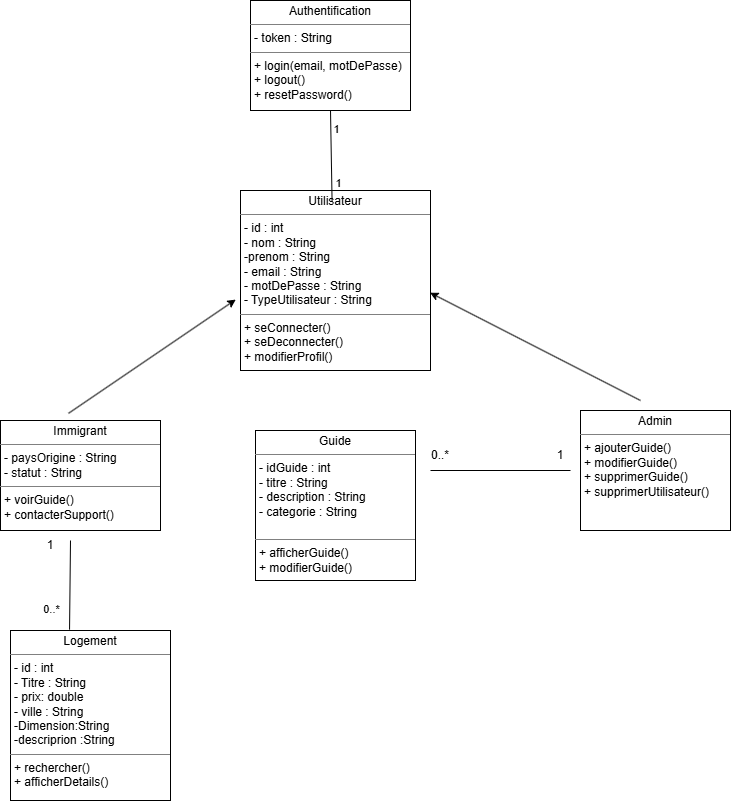
Before: documentation/diagrammeDeClasses.png, a diagram exported from draw.io (ibraMori/ProjetImplementationSysteme). Source tidied: cells renumbered, new cells last; positions are measured from the earlier drawing's top-left corner, leaving out a move shared by most shapes. The source it was exported from:
```xml
<mxGraphModel>
  <root>
    <mxCell id="0" />
    <mxCell id="1" parent="0" />
    <mxCell id="2" value="&lt;p style=&quot;margin:0px;margin-top:4px;text-align:center;&quot;&gt;Utilisateur&lt;/p&gt;&lt;hr size=&quot;1&quot; style=&quot;border-style:solid;&quot;&gt;&lt;p style=&quot;margin:0px;margin-left:4px;&quot;&gt;- id : int&lt;br&gt;- nom : String&lt;/p&gt;&lt;p style=&quot;margin:0px;margin-left:4px;&quot;&gt;-prenom : String&amp;nbsp;&lt;br&gt;- email : String&lt;br&gt;- motDePasse : String&lt;br&gt;- TypeUtilisateur : String&lt;/p&gt;&lt;hr size=&quot;1&quot; style=&quot;border-style:solid;&quot;&gt;&lt;p style=&quot;margin:0px;margin-left:4px;&quot;&gt;+ seConnecter()&lt;br&gt;+ seDeconnecter()&lt;br&gt;+ modifierProfil()&lt;/p&gt;" style="verticalAlign=top;align=left;overflow=fill;html=1;whiteSpace=wrap;" parent="1" vertex="1">
      <mxGeometry x="240" y="190" width="190" height="180" as="geometry" />
    </mxCell>
    <mxCell id="3" value="&lt;p style=&quot;margin:0px;margin-top:4px;text-align:center;&quot;&gt;Immigrant&lt;/p&gt;&lt;hr size=&quot;1&quot; style=&quot;border-style:solid;&quot;&gt;&lt;p style=&quot;margin:0px;margin-left:4px;&quot;&gt;- paysOrigine : String&lt;br&gt;- statut : String&lt;/p&gt;&lt;hr size=&quot;1&quot; style=&quot;border-style:solid;&quot;&gt;&lt;p style=&quot;margin:0px;margin-left:4px;&quot;&gt;+ voirGuide()&lt;br&gt;+ contacterSupport()&lt;/p&gt;" style="verticalAlign=top;align=left;overflow=fill;html=1;whiteSpace=wrap;" parent="1" vertex="1">
      <mxGeometry y="420" width="160" height="110" as="geometry" />
    </mxCell>
    <mxCell id="4" value="&lt;p style=&quot;margin:0px;margin-top:4px;text-align:center;&quot;&gt;Admin&lt;/p&gt;&lt;hr size=&quot;1&quot; style=&quot;border-style:solid;&quot;&gt;&lt;p style=&quot;margin:0px;margin-left:4px;&quot;&gt;&lt;/p&gt;&lt;p style=&quot;margin:0px;margin-left:4px;&quot;&gt;+ ajouterGuide()&lt;br&gt;+ modifierGuide()&lt;br&gt;+ supprimerGuide()&lt;br&gt;+ supprimerUtilisateur()&lt;/p&gt;" style="verticalAlign=top;align=left;overflow=fill;html=1;whiteSpace=wrap;" parent="1" vertex="1">
      <mxGeometry x="580" y="410" width="150" height="120" as="geometry" />
    </mxCell>
    <mxCell id="5" value="&lt;p style=&quot;margin:0px;margin-top:4px;text-align:center;&quot;&gt;Guide&lt;br&gt;&lt;/p&gt;&lt;hr size=&quot;1&quot; style=&quot;border-style:solid;&quot;&gt;&lt;p style=&quot;margin:0px;margin-left:4px;&quot;&gt;- idGuide : int&lt;br&gt;- titre : String&lt;br&gt;- description : String&lt;br&gt;- categorie : String&lt;br&gt;&lt;br&gt;&lt;/p&gt;&lt;hr size=&quot;1&quot; style=&quot;border-style:solid;&quot;&gt;&lt;p style=&quot;margin:0px;margin-left:4px;&quot;&gt;+ afficherGuide()&lt;br&gt;+ modifierGuide()&lt;/p&gt;" style="verticalAlign=top;align=left;overflow=fill;html=1;whiteSpace=wrap;" parent="1" vertex="1">
      <mxGeometry x="255" y="430" width="160" height="150" as="geometry" />
    </mxCell>
    <mxCell id="6" style="endArrow=classic;html=1;rounded=0;entryX=0.998;entryY=0.568;entryDx=0;entryDy=0;entryPerimeter=0;" parent="1" edge="1" target="2">
      <mxGeometry relative="1" as="geometry">
        <mxPoint x="640" y="400" as="sourcePoint" />
      </mxGeometry>
    </mxCell>
    <mxCell id="7" style="endArrow=classic;html=1;rounded=0;entryX=-0.025;entryY=0.606;entryDx=0;entryDy=0;exitX=0.425;exitY=-0.065;exitDx=0;exitDy=0;exitPerimeter=0;entryPerimeter=0;" parent="1" edge="1" source="3" target="2">
      <mxGeometry relative="1" as="geometry" />
    </mxCell>
    <mxCell id="8" value="&lt;p style=&quot;margin:0px;margin-top:4px;text-align:center;&quot;&gt;Logement&lt;/p&gt;&lt;hr size=&quot;1&quot; style=&quot;border-style:solid;&quot;&gt;&lt;p style=&quot;margin:0px;margin-left:4px;&quot;&gt;- id : int&lt;br&gt;- Titre : String&lt;br&gt;- prix: double&lt;br&gt;- ville : String&lt;/p&gt;&lt;p style=&quot;margin:0px;margin-left:4px;&quot;&gt;-Dimension:String&amp;nbsp;&lt;/p&gt;&lt;p style=&quot;margin:0px;margin-left:4px;&quot;&gt;-descriprion :String&lt;/p&gt;&lt;hr size=&quot;1&quot; style=&quot;border-style:solid;&quot;&gt;&lt;p style=&quot;margin:0px;margin-left:4px;&quot;&gt;+ rechercher()&lt;br&gt;+ afficherDetails()&lt;/p&gt;" style="verticalAlign=top;align=left;overflow=fill;html=1;whiteSpace=wrap;" parent="1" vertex="1">
      <mxGeometry x="10" y="630" width="160" height="170" as="geometry" />
    </mxCell>
    <mxCell id="9" value="&lt;p style=&quot;margin:0px;margin-top:4px;text-align:center;&quot;&gt;Authentification&lt;/p&gt;&lt;hr size=&quot;1&quot; style=&quot;border-style:solid;&quot;&gt;&lt;p style=&quot;margin:0px;margin-left:4px;&quot;&gt;- token : String&lt;/p&gt;&lt;hr size=&quot;1&quot; style=&quot;border-style:solid;&quot;&gt;&lt;p style=&quot;margin:0px;margin-left:4px;&quot;&gt;+ login(email, motDePasse)&lt;br&gt;+ logout()&lt;br&gt;+ resetPassword()&lt;/p&gt;" style="verticalAlign=top;align=left;overflow=fill;html=1;whiteSpace=wrap;" parent="1" vertex="1">
      <mxGeometry x="250" width="160" height="110" as="geometry" />
    </mxCell>
    <mxCell id="10" style="endArrow=none;html=1;rounded=0;" parent="1" edge="1">
      <mxGeometry relative="1" as="geometry">
        <mxPoint x="430" y="470" as="sourcePoint" />
        <mxPoint x="570" y="470" as="targetPoint" />
      </mxGeometry>
    </mxCell>
    <mxCell id="11" value="1" style="text;html=1;whiteSpace=wrap;strokeColor=none;fillColor=none;align=center;verticalAlign=middle;rounded=0;" parent="1" vertex="1">
      <mxGeometry x="530" y="440" width="60" height="30" as="geometry" />
    </mxCell>
    <mxCell id="12" value="0..* " style="text;html=1;whiteSpace=wrap;strokeColor=none;fillColor=none;align=center;verticalAlign=middle;rounded=0;" parent="1" vertex="1">
      <mxGeometry x="410" y="440" width="60" height="30" as="geometry" />
    </mxCell>
    <mxCell id="13" style="endArrow=none;html=1;rounded=0;exitX=0.5;exitY=1;exitDx=0;exitDy=0;entryX=0.482;entryY=0.061;entryDx=0;entryDy=0;entryPerimeter=0;" parent="1" edge="1" source="9" target="2">
      <mxGeometry relative="1" as="geometry" />
    </mxCell>
    <mxCell id="14" value="1" style="edgeLabel;html=1;align=center;verticalAlign=middle;" parent="13" vertex="1">
      <mxGeometry x="-0.58" y="5" relative="1" as="geometry" />
    </mxCell>
    <mxCell id="15" value="1" style="edgeLabel;html=1;align=center;verticalAlign=middle;" parent="13" vertex="1">
      <mxGeometry x="0.6" y="6" relative="1" as="geometry" />
    </mxCell>
    <mxCell id="16" style="endArrow=none;html=1;rounded=0;entryX=0.369;entryY=-0.005;entryDx=0;entryDy=0;entryPerimeter=0;" parent="1" edge="1" target="8">
      <mxGeometry relative="1" as="geometry">
        <mxPoint x="70" y="540" as="sourcePoint" />
      </mxGeometry>
    </mxCell>
    <mxCell id="17" value="0..*" style="edgeLabel;html=1;align=center;verticalAlign=middle;" parent="16" vertex="1">
      <mxGeometry x="0.57" y="-2" relative="1" as="geometry">
        <mxPoint x="-17" y="-1" as="offset" />
      </mxGeometry>
    </mxCell>
    <mxCell id="18" value="1" style="text;html=1;whiteSpace=wrap;strokeColor=none;fillColor=none;align=center;verticalAlign=middle;rounded=0;" parent="1" vertex="1">
      <mxGeometry x="20" y="530" width="60" height="30" as="geometry" />
    </mxCell>
  </root>
</mxGraphModel>
```
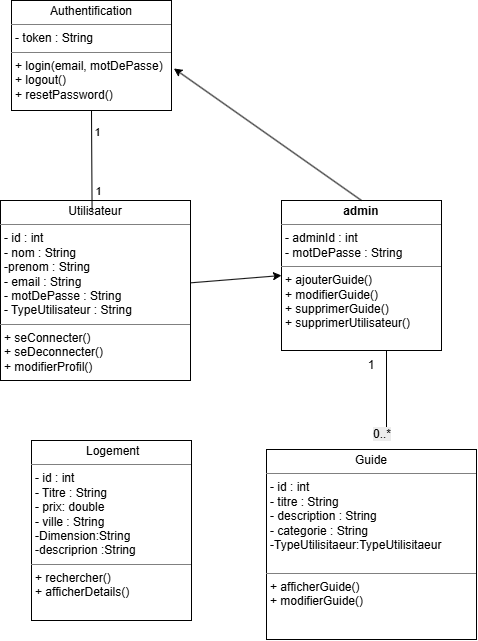
After the commit.

What changed in the source:
```diff
@@ -3,43 +3,26 @@
     <mxCell id="0" />
     <mxCell id="1" parent="0" />
     <mxCell id="2" value="&lt;p style=&quot;margin:0px;margin-top:4px;text-align:center;&quot;&gt;Utilisateur&lt;/p&gt;&lt;hr size=&quot;1&quot; style=&quot;border-style:solid;&quot;&gt;&lt;p style=&quot;margin:0px;margin-left:4px;&quot;&gt;- id : int&lt;br&gt;- nom : String&lt;/p&gt;&lt;p style=&quot;margin:0px;margin-left:4px;&quot;&gt;-prenom : String&amp;nbsp;&lt;br&gt;- email : String&lt;br&gt;- motDePasse : String&lt;br&gt;- TypeUtilisateur : String&lt;/p&gt;&lt;hr size=&quot;1&quot; style=&quot;border-style:solid;&quot;&gt;&lt;p style=&quot;margin:0px;margin-left:4px;&quot;&gt;+ seConnecter()&lt;br&gt;+ seDeconnecter()&lt;br&gt;+ modifierProfil()&lt;/p&gt;" style="verticalAlign=top;align=left;overflow=fill;html=1;whiteSpace=wrap;" parent="1" vertex="1">
-      <mxGeometry x="240" y="190" width="190" height="180" as="geometry" />
+      <mxGeometry x="269" y="380" width="190" height="180" as="geometry" />
     </mxCell>
-    <mxCell id="3" value="&lt;p style=&quot;margin:0px;margin-top:4px;text-align:center;&quot;&gt;Immigrant&lt;/p&gt;&lt;hr size=&quot;1&quot; style=&quot;border-style:solid;&quot;&gt;&lt;p style=&quot;margin:0px;margin-left:4px;&quot;&gt;- paysOrigine : String&lt;br&gt;- statut : String&lt;/p&gt;&lt;hr size=&quot;1&quot; style=&quot;border-style:solid;&quot;&gt;&lt;p style=&quot;margin:0px;margin-left:4px;&quot;&gt;+ voirGuide()&lt;br&gt;+ contacterSupport()&lt;/p&gt;" style="verticalAlign=top;align=left;overflow=fill;html=1;whiteSpace=wrap;" parent="1" vertex="1">
-      <mxGeometry y="420" width="160" height="110" as="geometry" />
-    </mxCell>
-    <mxCell id="4" value="&lt;p style=&quot;margin:0px;margin-top:4px;text-align:center;&quot;&gt;Admin&lt;/p&gt;&lt;hr size=&quot;1&quot; style=&quot;border-style:solid;&quot;&gt;&lt;p style=&quot;margin:0px;margin-left:4px;&quot;&gt;&lt;/p&gt;&lt;p style=&quot;margin:0px;margin-left:4px;&quot;&gt;+ ajouterGuide()&lt;br&gt;+ modifierGuide()&lt;br&gt;+ supprimerGuide()&lt;br&gt;+ supprimerUtilisateur()&lt;/p&gt;" style="verticalAlign=top;align=left;overflow=fill;html=1;whiteSpace=wrap;" parent="1" vertex="1">
-      <mxGeometry x="580" y="410" width="150" height="120" as="geometry" />
-    </mxCell>
-    <mxCell id="5" value="&lt;p style=&quot;margin:0px;margin-top:4px;text-align:center;&quot;&gt;Guide&lt;br&gt;&lt;/p&gt;&lt;hr size=&quot;1&quot; style=&quot;border-style:solid;&quot;&gt;&lt;p style=&quot;margin:0px;margin-left:4px;&quot;&gt;- idGuide : int&lt;br&gt;- titre : String&lt;br&gt;- description : String&lt;br&gt;- categorie : String&lt;br&gt;&lt;br&gt;&lt;/p&gt;&lt;hr size=&quot;1&quot; style=&quot;border-style:solid;&quot;&gt;&lt;p style=&quot;margin:0px;margin-left:4px;&quot;&gt;+ afficherGuide()&lt;br&gt;+ modifierGuide()&lt;/p&gt;" style="verticalAlign=top;align=left;overflow=fill;html=1;whiteSpace=wrap;" parent="1" vertex="1">
-      <mxGeometry x="255" y="430" width="160" height="150" as="geometry" />
+    <mxCell id="5" value="&lt;p style=&quot;margin:0px;margin-top:4px;text-align:center;&quot;&gt;Guide&lt;br&gt;&lt;/p&gt;&lt;hr size=&quot;1&quot; style=&quot;border-style:solid;&quot;&gt;&lt;p style=&quot;margin:0px;margin-left:4px;&quot;&gt;- id : int&lt;br&gt;- titre : String&lt;br&gt;- description : String&lt;br&gt;- categorie : String&lt;/p&gt;&lt;p style=&quot;margin:0px;margin-left:4px;&quot;&gt;-TypeUtilisitaeur:TypeUtilisitaeur&amp;nbsp;&lt;br&gt;&lt;br&gt;&lt;/p&gt;&lt;hr size=&quot;1&quot; style=&quot;border-style:solid;&quot;&gt;&lt;p style=&quot;margin:0px;margin-left:4px;&quot;&gt;+ afficherGuide()&lt;br&gt;+ modifierGuide()&lt;/p&gt;" style="verticalAlign=top;align=left;overflow=fill;html=1;whiteSpace=wrap;" parent="1" vertex="1">
+      <mxGeometry x="535" y="629" width="210" height="190" as="geometry" />
     </mxCell>
-    <mxCell id="6" style="endArrow=classic;html=1;rounded=0;entryX=0.998;entryY=0.568;entryDx=0;entryDy=0;entryPerimeter=0;" parent="1" edge="1" target="2">
-      <mxGeometry relative="1" as="geometry">
-        <mxPoint x="640" y="400" as="sourcePoint" />
-      </mxGeometry>
-    </mxCell>
-    <mxCell id="7" style="endArrow=classic;html=1;rounded=0;entryX=-0.025;entryY=0.606;entryDx=0;entryDy=0;exitX=0.425;exitY=-0.065;exitDx=0;exitDy=0;exitPerimeter=0;entryPerimeter=0;" parent="1" edge="1" source="3" target="2">
-      <mxGeometry relative="1" as="geometry" />
-    </mxCell>
-    <mxCell id="8" value="&lt;p style=&quot;margin:0px;margin-top:4px;text-align:center;&quot;&gt;Logement&lt;/p&gt;&lt;hr size=&quot;1&quot; style=&quot;border-style:solid;&quot;&gt;&lt;p style=&quot;margin:0px;margin-left:4px;&quot;&gt;- id : int&lt;br&gt;- Titre : String&lt;br&gt;- prix: double&lt;br&gt;- ville : String&lt;/p&gt;&lt;p style=&quot;margin:0px;margin-left:4px;&quot;&gt;-Dimension:String&amp;nbsp;&lt;/p&gt;&lt;p style=&quot;margin:0px;margin-left:4px;&quot;&gt;-descriprion :String&lt;/p&gt;&lt;hr size=&quot;1&quot; style=&quot;border-style:solid;&quot;&gt;&lt;p style=&quot;margin:0px;margin-left:4px;&quot;&gt;+ rechercher()&lt;br&gt;+ afficherDetails()&lt;/p&gt;" style="verticalAlign=top;align=left;overflow=fill;html=1;whiteSpace=wrap;" parent="1" vertex="1">
-      <mxGeometry x="10" y="630" width="160" height="170" as="geometry" />
+    <mxCell id="8" value="&lt;p style=&quot;margin:0px;margin-top:4px;text-align:center;&quot;&gt;&amp;nbsp;&lt;span style=&quot;background-color: transparent; color: light-dark(rgb(0, 0, 0), rgb(255, 255, 255));&quot;&gt;Logement&lt;/span&gt;&lt;/p&gt;&lt;hr size=&quot;1&quot; style=&quot;border-style:solid;&quot;&gt;&lt;p style=&quot;margin:0px;margin-left:4px;&quot;&gt;- id : int&lt;br&gt;- Titre : String&lt;br&gt;- prix: double&lt;br&gt;- ville : String&lt;/p&gt;&lt;p style=&quot;margin:0px;margin-left:4px;&quot;&gt;-Dimension:String&amp;nbsp;&lt;/p&gt;&lt;p style=&quot;margin:0px;margin-left:4px;&quot;&gt;-descriprion :String&lt;/p&gt;&lt;hr size=&quot;1&quot; style=&quot;border-style:solid;&quot;&gt;&lt;p style=&quot;margin:0px;margin-left:4px;&quot;&gt;+ rechercher()&lt;br&gt;+ afficherDetails()&lt;/p&gt;" style="verticalAlign=top;align=left;overflow=fill;html=1;whiteSpace=wrap;" parent="1" vertex="1">
+      <mxGeometry x="300" y="620" width="160" height="180" as="geometry" />
     </mxCell>
     <mxCell id="9" value="&lt;p style=&quot;margin:0px;margin-top:4px;text-align:center;&quot;&gt;Authentification&lt;/p&gt;&lt;hr size=&quot;1&quot; style=&quot;border-style:solid;&quot;&gt;&lt;p style=&quot;margin:0px;margin-left:4px;&quot;&gt;- token : String&lt;/p&gt;&lt;hr size=&quot;1&quot; style=&quot;border-style:solid;&quot;&gt;&lt;p style=&quot;margin:0px;margin-left:4px;&quot;&gt;+ login(email, motDePasse)&lt;br&gt;+ logout()&lt;br&gt;+ resetPassword()&lt;/p&gt;" style="verticalAlign=top;align=left;overflow=fill;html=1;whiteSpace=wrap;" parent="1" vertex="1">
-      <mxGeometry x="250" width="160" height="110" as="geometry" />
+      <mxGeometry x="280" y="180" width="160" height="110" as="geometry" />
     </mxCell>
-    <mxCell id="10" style="endArrow=none;html=1;rounded=0;" parent="1" edge="1">
+    <mxCell id="10" style="endArrow=none;html=1;rounded=0;entryX=0.5;entryY=1;entryDx=0;entryDy=0;" parent="1" edge="1">
       <mxGeometry relative="1" as="geometry">
-        <mxPoint x="430" y="470" as="sourcePoint" />
-        <mxPoint x="570" y="470" as="targetPoint" />
+        <mxPoint x="655" y="620" as="sourcePoint" />
+        <mxPoint x="655" y="530" as="targetPoint" />
       </mxGeometry>
     </mxCell>
     <mxCell id="11" value="1" style="text;html=1;whiteSpace=wrap;strokeColor=none;fillColor=none;align=center;verticalAlign=middle;rounded=0;" parent="1" vertex="1">
-      <mxGeometry x="530" y="440" width="60" height="30" as="geometry" />
+      <mxGeometry x="610" y="530" width="60" height="30" as="geometry" />
     </mxCell>
-    <mxCell id="12" value="0..* " style="text;html=1;whiteSpace=wrap;strokeColor=none;fillColor=none;align=center;verticalAlign=middle;rounded=0;" parent="1" vertex="1">
-      <mxGeometry x="410" y="440" width="60" height="30" as="geometry" />
-    </mxCell>
     <mxCell id="13" style="endArrow=none;html=1;rounded=0;exitX=0.5;exitY=1;exitDx=0;exitDy=0;entryX=0.482;entryY=0.061;entryDx=0;entryDy=0;entryPerimeter=0;" parent="1" edge="1" source="9" target="2">
       <mxGeometry relative="1" as="geometry" />
     </mxCell>
@@ -49,18 +32,17 @@
     <mxCell id="15" value="1" style="edgeLabel;html=1;align=center;verticalAlign=middle;" parent="13" vertex="1">
       <mxGeometry x="0.6" y="6" relative="1" as="geometry" />
     </mxCell>
-    <mxCell id="16" style="endArrow=none;html=1;rounded=0;entryX=0.369;entryY=-0.005;entryDx=0;entryDy=0;entryPerimeter=0;" parent="1" edge="1" target="8">
-      <mxGeometry relative="1" as="geometry">
-        <mxPoint x="70" y="540" as="sourcePoint" />
-      </mxGeometry>
-    </mxCell>
-    <mxCell id="17" value="0..*" style="edgeLabel;html=1;align=center;verticalAlign=middle;" parent="16" vertex="1">
-      <mxGeometry x="0.57" y="-2" relative="1" as="geometry">
-        <mxPoint x="-17" y="-1" as="offset" />
-      </mxGeometry>
-    </mxCell>
-    <mxCell id="18" value="1" style="text;html=1;whiteSpace=wrap;strokeColor=none;fillColor=none;align=center;verticalAlign=middle;rounded=0;" parent="1" vertex="1">
-      <mxGeometry x="20" y="530" width="60" height="30" as="geometry" />
-    </mxCell>
+    <mxCell id="19" value="&lt;span style=&quot;color: rgb(0, 0, 0); font-family: Helvetica; font-size: 12px; font-style: normal; font-variant-ligatures: normal; font-variant-caps: normal; font-weight: 400; letter-spacing: normal; orphans: 2; text-align: center; text-indent: 0px; text-transform: none; widows: 2; word-spacing: 0px; -webkit-text-stroke-width: 0px; white-space: normal; background-color: rgb(236, 236, 236); text-decoration-thickness: initial; text-decoration-style: initial; text-decoration-color: initial; display: inline !important; float: none;&quot;&gt;0..*&lt;/span&gt;" style="text;whiteSpace=wrap;html=1;" parent="1" vertex="1">
+      <mxGeometry x="640" y="600" width="50" height="40" as="geometry" />
+    </mxCell>
+    <mxCell id="20" value="&lt;p style=&quot;margin:0px;margin-top:4px;text-align:center;&quot;&gt;&lt;b&gt;admin&lt;/b&gt;&lt;/p&gt;&lt;hr size=&quot;1&quot; style=&quot;border-style:solid;&quot;&gt;&lt;p style=&quot;margin:0px;margin-left:4px;&quot;&gt;- adminId : int&lt;br&gt;- motDePasse : String&lt;/p&gt;&lt;hr size=&quot;1&quot; style=&quot;border-style:solid;&quot;&gt;&lt;p style=&quot;margin:0px;margin-left:4px;&quot;&gt;+ ajouterGuide()&lt;br&gt;+ modifierGuide()&lt;br&gt;+ supprimerGuide()&lt;br&gt;+ supprimerUtilisateur()&lt;/p&gt;" style="verticalAlign=top;align=left;overflow=fill;html=1;whiteSpace=wrap;" parent="1" vertex="1">
+      <mxGeometry x="550" y="380" width="160" height="150" as="geometry" />
+    </mxCell>
+    <mxCell id="21" style="endArrow=classic;html=1;rounded=0;entryX=0;entryY=0.5;entryDx=0;entryDy=0;" parent="1" edge="1" source="2" target="20">
+      <mxGeometry relative="1" as="geometry" />
+    </mxCell>
+    <mxCell id="22" style="endArrow=classic;html=1;rounded=0;exitX=0.5;exitY=0;exitDx=0;exitDy=0;entryX=1.015;entryY=0.618;entryDx=0;entryDy=0;entryPerimeter=0;" parent="1" edge="1" source="20" target="9">
+      <mxGeometry relative="1" as="geometry" />
+    </mxCell>
   </root>
 </mxGraphModel>
```
